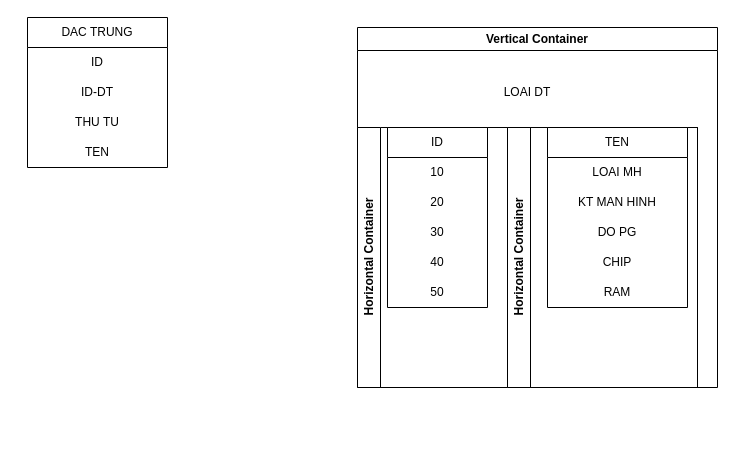
Above: dac trung.drawio in frozenproof/dactaphanmem (draw.io), before the change. Source tidied: cells renumbered, new cells numbered last; positions are measured from the earlier drawing's top-left corner, leaving out a move shared by most shapes. Both pictures are drawn from the tidied source at 100%, with x=0, y=0 at pixel (27, 17).
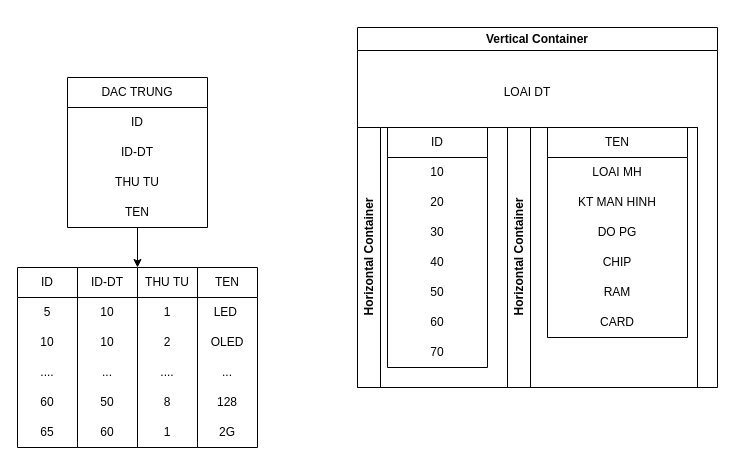
Above is the later version.

The change refers to these unchanged cells:
```xml
<mxCell id="8" value="Horizontal Container" style="swimlane;horizontal=0;whiteSpace=wrap;html=1;align=center;" parent="7" vertex="1">
  <mxGeometry y="100" width="340" height="260" as="geometry" />
</mxCell>
<mxCell id="9" value="Horizontal Container" style="swimlane;horizontal=0;whiteSpace=wrap;html=1;align=center;" parent="8" vertex="1">
  <mxGeometry x="150" width="190" height="260" as="geometry" />
</mxCell>
```

Diff of the diagram source:
```diff
@@
+    <mxCell id="23" style="edgeStyle=orthogonalEdgeStyle;rounded=0;jettySize=auto;html=1;entryX=1;entryY=0;entryDx=0;entryDy=0;" parent="1" edge="1" source="2" target="33">
+      <mxGeometry relative="1" as="geometry" />
+    </mxCell>
     <mxCell id="2" value="DAC TRUNG" style="swimlane;fontStyle=0;horizontal=1;startSize=30;whiteSpace=wrap;html=1;align=center;" parent="1" vertex="1">
-      <mxGeometry width="140" height="150" as="geometry" />
+      <mxGeometry x="40" y="60" width="140" height="150" as="geometry" />
     </mxCell>
@@
     <mxCell id="10" value="TEN" style="swimlane;fontStyle=0;horizontal=1;startSize=30;whiteSpace=wrap;html=1;align=center;" parent="9" vertex="1">
-      <mxGeometry x="40" width="140" height="180" as="geometry" />
+      <mxGeometry x="40" width="140" height="210" as="geometry" />
     </mxCell>
@@
+    <mxCell id="24" value="CARD" style="text;html=1;strokeColor=none;fillColor=none;align=center;verticalAlign=middle;whiteSpace=wrap;rounded=0;" parent="10" vertex="1">
+      <mxGeometry y="180" width="140" height="30" as="geometry" />
+    </mxCell>
     <mxCell id="16" value="ID" style="swimlane;fontStyle=0;horizontal=1;startSize=30;whiteSpace=wrap;html=1;align=center;" parent="8" vertex="1">
-      <mxGeometry x="30" width="100" height="180" as="geometry" />
+      <mxGeometry x="30" width="100" height="240" as="geometry" />
     </mxCell>
@@
+    <mxCell id="25" value="60" style="text;html=1;strokeColor=none;fillColor=none;align=center;verticalAlign=middle;whiteSpace=wrap;rounded=0;" parent="16" vertex="1">
+      <mxGeometry y="180" width="100" height="30" as="geometry" />
+    </mxCell>
+    <mxCell id="26" value="70" style="text;html=1;strokeColor=none;fillColor=none;align=center;verticalAlign=middle;whiteSpace=wrap;rounded=0;" parent="16" vertex="1">
+      <mxGeometry y="210" width="100" height="30" as="geometry" />
+    </mxCell>
@@
+    <mxCell id="27" value="ID" style="swimlane;fontStyle=0;horizontal=1;startSize=30;whiteSpace=wrap;html=1;align=center;" parent="1" vertex="1">
+      <mxGeometry x="-10" y="250" width="60" height="180" as="geometry" />
+    </mxCell>
+    <mxCell id="28" value="5" style="text;strokeColor=none;fillColor=none;align=center;verticalAlign=middle;spacingLeft=4;spacingRight=4;overflow=hidden;whiteSpace=wrap;html=1;" parent="27" vertex="1">
+      <mxGeometry y="30" width="60" height="30" as="geometry" />
+    </mxCell>
+    <mxCell id="29" value="10" style="text;strokeColor=none;fillColor=none;align=center;verticalAlign=middle;spacingLeft=4;spacingRight=4;overflow=hidden;whiteSpace=wrap;html=1;" parent="27" vertex="1">
+      <mxGeometry y="60" width="60" height="30" as="geometry" />
+    </mxCell>
+    <mxCell id="30" value="...." style="text;strokeColor=none;fillColor=none;align=center;verticalAlign=middle;spacingLeft=4;spacingRight=4;overflow=hidden;whiteSpace=wrap;html=1;" parent="27" vertex="1">
+      <mxGeometry y="90" width="60" height="30" as="geometry" />
+    </mxCell>
+    <mxCell id="31" value="60" style="text;html=1;strokeColor=none;fillColor=none;align=center;verticalAlign=middle;whiteSpace=wrap;rounded=0;" parent="27" vertex="1">
+      <mxGeometry y="120" width="60" height="30" as="geometry" />
+    </mxCell>
+    <mxCell id="32" value="65" style="text;html=1;strokeColor=none;fillColor=none;align=center;verticalAlign=middle;whiteSpace=wrap;rounded=0;" parent="27" vertex="1">
+      <mxGeometry y="150" width="60" height="30" as="geometry" />
+    </mxCell>
+    <mxCell id="33" value="ID-DT" style="swimlane;fontStyle=0;horizontal=1;startSize=30;whiteSpace=wrap;html=1;align=center;" parent="1" vertex="1">
+      <mxGeometry x="50" y="250" width="60" height="180" as="geometry" />
+    </mxCell>
+    <mxCell id="34" value="10" style="text;strokeColor=none;fillColor=none;align=center;verticalAlign=middle;spacingLeft=4;spacingRight=4;overflow=hidden;whiteSpace=wrap;html=1;" parent="33" vertex="1">
+      <mxGeometry y="30" width="60" height="30" as="geometry" />
+    </mxCell>
+    <mxCell id="35" value="10" style="text;strokeColor=none;fillColor=none;align=center;verticalAlign=middle;spacingLeft=4;spacingRight=4;overflow=hidden;whiteSpace=wrap;html=1;" parent="33" vertex="1">
+      <mxGeometry y="60" width="60" height="30" as="geometry" />
+    </mxCell>
+    <mxCell id="36" value="..." style="text;strokeColor=none;fillColor=none;align=center;verticalAlign=middle;spacingLeft=4;spacingRight=4;overflow=hidden;whiteSpace=wrap;html=1;" parent="33" vertex="1">
+      <mxGeometry y="90" width="60" height="30" as="geometry" />
+    </mxCell>
+    <mxCell id="37" value="50" style="text;html=1;strokeColor=none;fillColor=none;align=center;verticalAlign=middle;whiteSpace=wrap;rounded=0;" parent="33" vertex="1">
+      <mxGeometry y="120" width="60" height="30" as="geometry" />
+    </mxCell>
+    <mxCell id="38" value="60" style="text;html=1;strokeColor=none;fillColor=none;align=center;verticalAlign=middle;whiteSpace=wrap;rounded=0;" parent="33" vertex="1">
+      <mxGeometry y="150" width="60" height="30" as="geometry" />
+    </mxCell>
+    <mxCell id="39" value="THU TU" style="swimlane;fontStyle=0;horizontal=1;startSize=30;whiteSpace=wrap;html=1;align=center;" parent="1" vertex="1">
+      <mxGeometry x="110" y="250" width="60" height="180" as="geometry" />
+    </mxCell>
+    <mxCell id="40" value="1" style="text;strokeColor=none;fillColor=none;align=center;verticalAlign=middle;spacingLeft=4;spacingRight=4;overflow=hidden;whiteSpace=wrap;html=1;" parent="39" vertex="1">
+      <mxGeometry y="30" width="60" height="30" as="geometry" />
+    </mxCell>
+    <mxCell id="41" value="2" style="text;strokeColor=none;fillColor=none;align=center;verticalAlign=middle;spacingLeft=4;spacingRight=4;overflow=hidden;whiteSpace=wrap;html=1;" parent="39" vertex="1">
+      <mxGeometry y="60" width="60" height="30" as="geometry" />
+    </mxCell>
+    <mxCell id="42" value="...." style="text;strokeColor=none;fillColor=none;align=center;verticalAlign=middle;spacingLeft=4;spacingRight=4;overflow=hidden;whiteSpace=wrap;html=1;" parent="39" vertex="1">
+      <mxGeometry y="90" width="60" height="30" as="geometry" />
+    </mxCell>
+    <mxCell id="43" value="8" style="text;html=1;strokeColor=none;fillColor=none;align=center;verticalAlign=middle;whiteSpace=wrap;rounded=0;" parent="39" vertex="1">
+      <mxGeometry y="120" width="60" height="30" as="geometry" />
+    </mxCell>
+    <mxCell id="44" value="1" style="text;html=1;strokeColor=none;fillColor=none;align=center;verticalAlign=middle;whiteSpace=wrap;rounded=0;" parent="39" vertex="1">
+      <mxGeometry y="150" width="60" height="30" as="geometry" />
+    </mxCell>
+    <mxCell id="45" value="TEN" style="swimlane;fontStyle=0;horizontal=1;startSize=30;whiteSpace=wrap;html=1;align=center;" parent="1" vertex="1">
+      <mxGeometry x="170" y="250" width="60" height="180" as="geometry" />
+    </mxCell>
+    <mxCell id="46" value="LED&amp;nbsp;" style="text;strokeColor=none;fillColor=none;align=center;verticalAlign=middle;spacingLeft=4;spacingRight=4;overflow=hidden;whiteSpace=wrap;html=1;" parent="45" vertex="1">
+      <mxGeometry y="30" width="60" height="30" as="geometry" />
+    </mxCell>
+    <mxCell id="47" value="OLED" style="text;strokeColor=none;fillColor=none;align=center;verticalAlign=middle;spacingLeft=4;spacingRight=4;overflow=hidden;whiteSpace=wrap;html=1;" parent="45" vertex="1">
+      <mxGeometry y="60" width="60" height="30" as="geometry" />
+    </mxCell>
+    <mxCell id="48" value="..." style="text;strokeColor=none;fillColor=none;align=center;verticalAlign=middle;spacingLeft=4;spacingRight=4;overflow=hidden;whiteSpace=wrap;html=1;" parent="45" vertex="1">
+      <mxGeometry y="90" width="60" height="30" as="geometry" />
+    </mxCell>
+    <mxCell id="49" value="128" style="text;html=1;strokeColor=none;fillColor=none;align=center;verticalAlign=middle;whiteSpace=wrap;rounded=0;" parent="45" vertex="1">
+      <mxGeometry y="120" width="60" height="30" as="geometry" />
+    </mxCell>
+    <mxCell id="50" value="2G" style="text;html=1;strokeColor=none;fillColor=none;align=center;verticalAlign=middle;whiteSpace=wrap;rounded=0;" parent="45" vertex="1">
+      <mxGeometry y="150" width="60" height="30" as="geometry" />
+    </mxCell>
```
